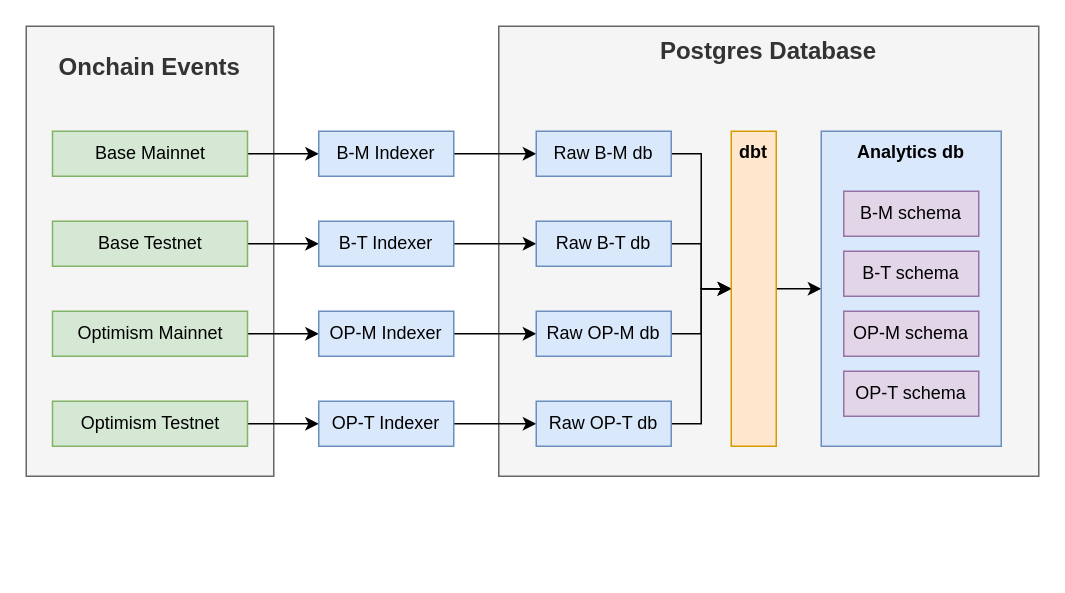
The draw.io diagram static/diagram.drawio in Synthetixio/data, before the edit. Source tidied: cells renumbered, new cells numbered last; positions are measured from the earlier drawing's top-left corner, leaving out a move shared by most shapes. Both pictures are drawn from the tidied source at 150%, with x=0, y=0 at pixel (26, 26).
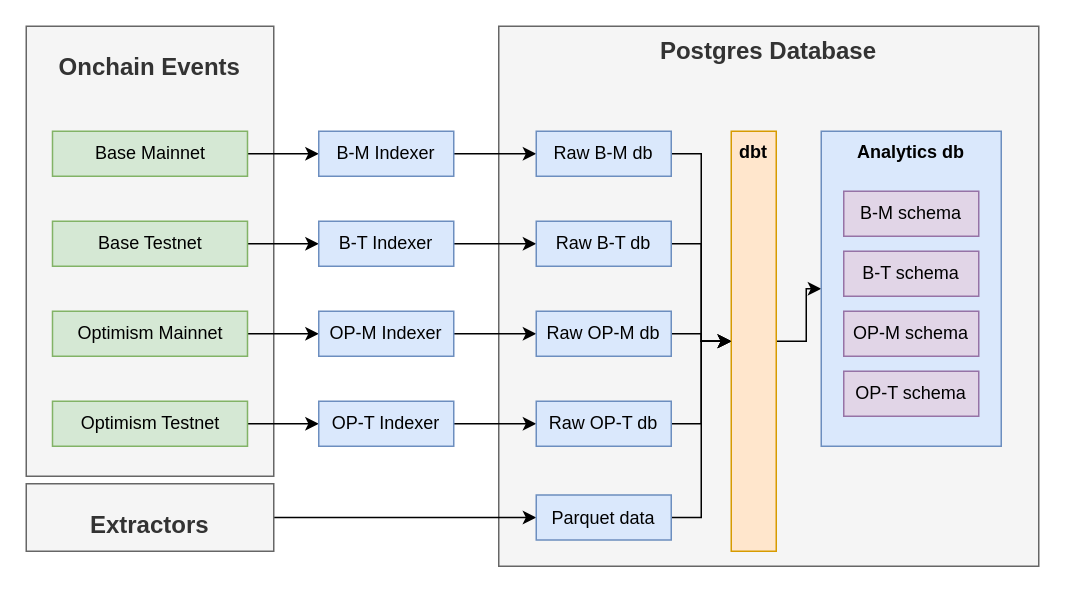
After the change.

The edit, as a diff of the source:
```diff
@@
     <mxCell id="11" value="Postgres Database" style="rounded=0;whiteSpace=wrap;html=1;fillColor=#f5f5f5;fontColor=#333333;strokeColor=#666666;verticalAlign=top;fontSize=16;fontStyle=1;" parent="1" vertex="1">
-      <mxGeometry x="315" width="360" height="300" as="geometry" />
+      <mxGeometry x="315" width="360" height="360" as="geometry" />
     </mxCell>
@@
     <mxCell id="29" value="&lt;b&gt;dbt&lt;/b&gt;" style="rounded=0;whiteSpace=wrap;html=1;fillColor=#ffe6cc;strokeColor=#d79b00;verticalAlign=top;" parent="1" vertex="1">
-      <mxGeometry x="470" y="70" width="30" height="210" as="geometry" />
+      <mxGeometry x="470" y="70" width="30" height="280" as="geometry" />
     </mxCell>
@@
+    <mxCell id="35" style="edgeStyle=orthogonalEdgeStyle;rounded=0;jettySize=auto;html=1;entryX=0;entryY=0.5;entryDx=0;entryDy=0;" parent="1" edge="1" source="36" target="38">
+      <mxGeometry relative="1" as="geometry" />
+    </mxCell>
+    <mxCell id="36" value="&lt;h1 style=&quot;font-size: 16px;&quot;&gt;Extractors&lt;/h1&gt;" style="rounded=0;whiteSpace=wrap;html=1;align=center;fillColor=#f5f5f5;fontColor=#333333;strokeColor=#666666;verticalAlign=top;" parent="1" vertex="1">
+      <mxGeometry y="305" width="165" height="45" as="geometry" />
+    </mxCell>
+    <mxCell id="37" style="edgeStyle=orthogonalEdgeStyle;rounded=0;jettySize=auto;html=1;" parent="1" edge="1" source="38" target="29">
+      <mxGeometry relative="1" as="geometry" />
+    </mxCell>
+    <mxCell id="38" value="Parquet data" style="rounded=0;whiteSpace=wrap;html=1;fillColor=#dae8fc;strokeColor=#6c8ebf;" parent="1" vertex="1">
+      <mxGeometry x="340" y="312.5" width="90" height="30" as="geometry" />
+    </mxCell>
```
